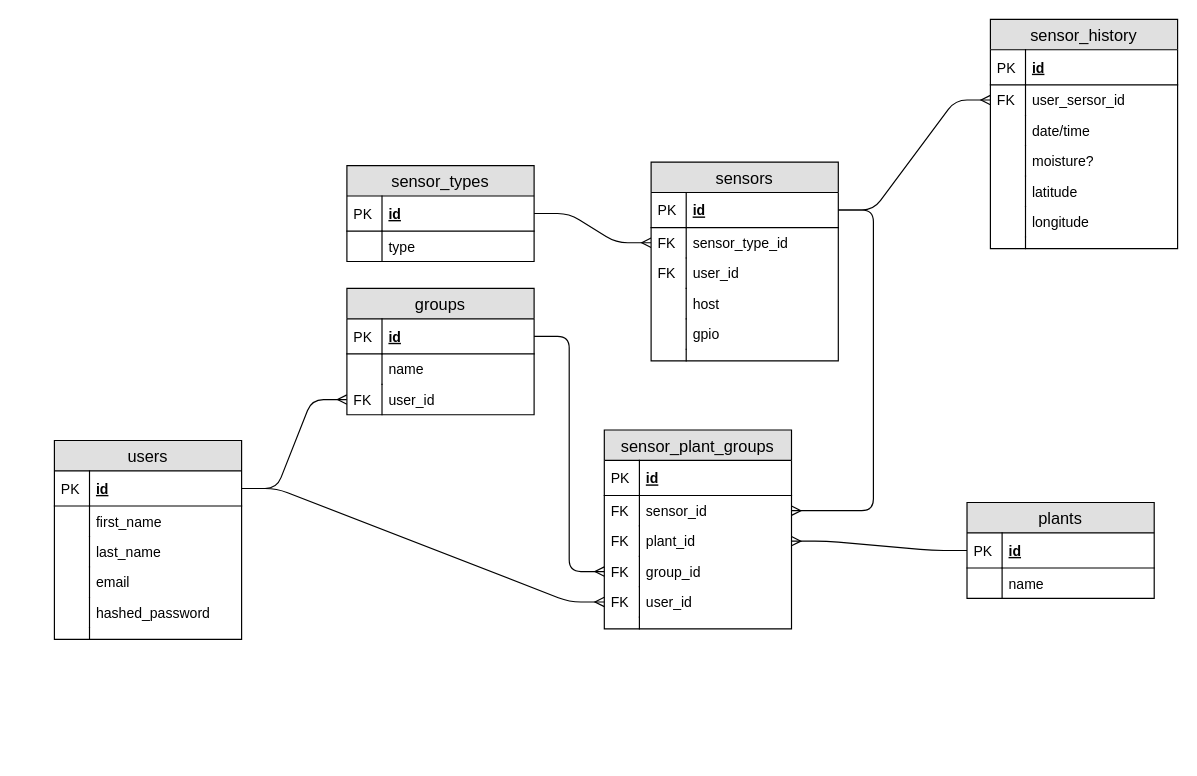
Earlier version of the draw.io diagram ERD.drawio (arianrah/flower-power). Source tidied: cells renumbered, new cells numbered last; positions are measured from the earlier drawing's top-left corner, leaving out a move shared by most shapes. Both pictures are drawn from the tidied source at 117%, with x=0, y=0 at pixel (54, 19).
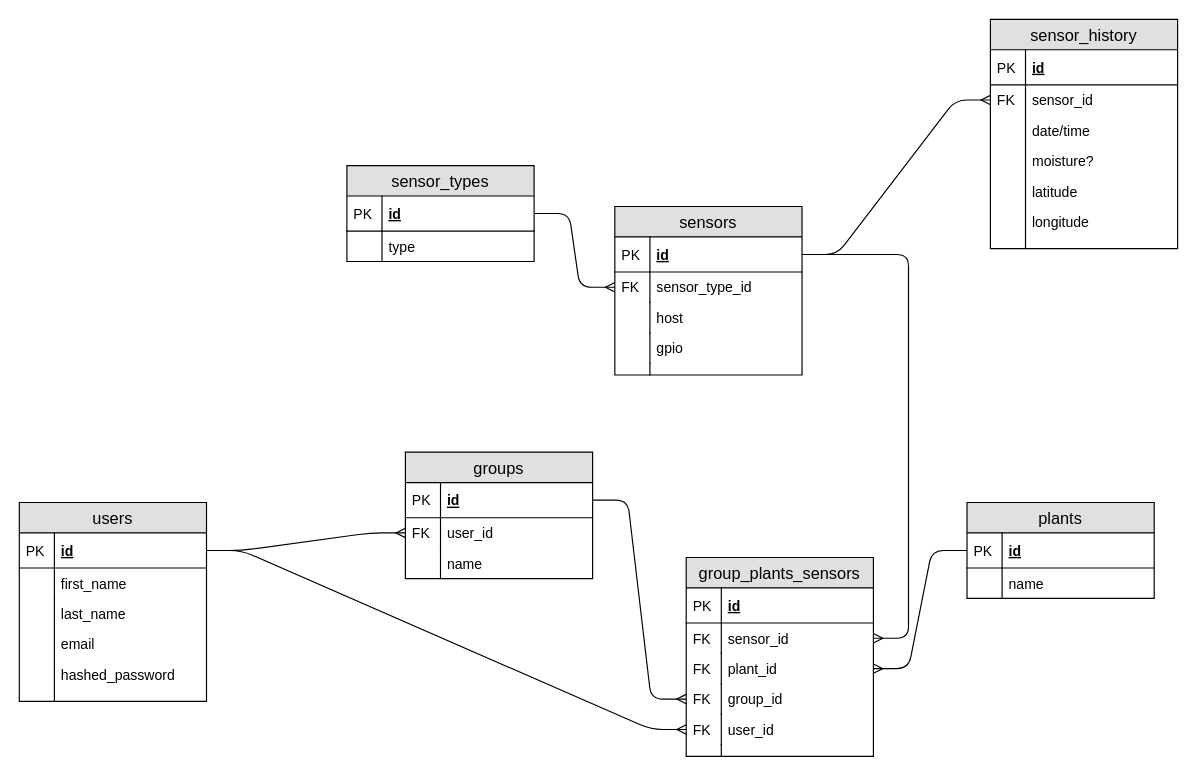
Above is the later version.

The change refers to these unchanged cells:
```xml
<mxCell id="63" value="sensor_history" style="swimlane;fontStyle=0;horizontal=1;startSize=26;fillColor=#e0e0e0;swimlaneFillColor=#ffffff;align=center;fontSize=14;" parent="1" vertex="1">
  <mxGeometry x="800" width="160" height="196" as="geometry" />
</mxCell>
```

Change to the diagram source:
```diff
@@
     <mxCell id="2" value="users" style="swimlane;fontStyle=0;horizontal=1;startSize=26;fillColor=#e0e0e0;swimlaneFillColor=#ffffff;align=center;fontSize=14;" parent="1" vertex="1">
-      <mxGeometry y="360" width="160" height="170" as="geometry" />
+      <mxGeometry x="-30" y="413" width="160" height="170" as="geometry" />
     </mxCell>
@@
     <mxCell id="27" value="sensors" style="swimlane;fontStyle=0;horizontal=1;startSize=26;fillColor=#e0e0e0;swimlaneFillColor=#ffffff;align=center;fontSize=14;" parent="1" vertex="1">
-      <mxGeometry x="510" y="122" width="160" height="170" as="geometry" />
+      <mxGeometry x="479" y="160" width="160" height="144" as="geometry" />
     </mxCell>
@@
-    <mxCell id="32" value="user_id" style="shape=partialRectangle;top=0;left=0;right=0;bottom=0;align=left;verticalAlign=top;fillColor=none;spacingLeft=34;spacingRight=4;overflow=hidden;fontSize=12;" parent="27" vertex="1">
-      <mxGeometry y="82" width="160" height="26" as="geometry" />
-    </mxCell>
-    <mxCell id="33" value="FK" style="shape=partialRectangle;top=0;left=0;bottom=0;fillColor=none;align=left;verticalAlign=top;spacingLeft=4;spacingRight=4;overflow=hidden;fontSize=12;" parent="32" vertex="1">
-      <mxGeometry width="30" height="26" as="geometry" />
-    </mxCell>
     <mxCell id="34" value="host" style="shape=partialRectangle;top=0;left=0;right=0;bottom=0;align=left;verticalAlign=top;fillColor=none;spacingLeft=34;spacingRight=4;overflow=hidden;fontSize=12;" parent="27" vertex="1">
-      <mxGeometry y="108" width="160" height="26" as="geometry" />
+      <mxGeometry y="82" width="160" height="26" as="geometry" />
     </mxCell>
@@
     <mxCell id="36" value="gpio" style="shape=partialRectangle;top=0;left=0;right=0;bottom=0;align=left;verticalAlign=top;fillColor=none;spacingLeft=34;spacingRight=4;overflow=hidden;fontSize=12;" parent="27" vertex="1">
-      <mxGeometry y="134" width="160" height="26" as="geometry" />
+      <mxGeometry y="108" width="160" height="26" as="geometry" />
     </mxCell>
@@
     <mxCell id="38" style="shape=partialRectangle;top=0;left=0;right=0;bottom=0;align=left;verticalAlign=top;fillColor=none;spacingLeft=34;spacingRight=4;overflow=hidden;fontSize=12;" parent="27" vertex="1">
-      <mxGeometry y="160" width="160" height="10" as="geometry" />
+      <mxGeometry y="134" width="160" height="10" as="geometry" />
     </mxCell>
@@
-    <mxCell id="40" value="sensor_plant_groups" style="swimlane;fontStyle=0;horizontal=1;startSize=26;fillColor=#e0e0e0;swimlaneFillColor=#ffffff;align=center;fontSize=14;" parent="1" vertex="1">
-      <mxGeometry x="470" y="351" width="160" height="170" as="geometry" />
+    <mxCell id="40" value="group_plants_sensors" style="swimlane;fontStyle=0;horizontal=1;startSize=26;fillColor=#e0e0e0;swimlaneFillColor=#ffffff;align=center;fontSize=14;" parent="1" vertex="1">
+      <mxGeometry x="540" y="460" width="160" height="170" as="geometry" />
     </mxCell>
@@
     <mxCell id="55" value="groups" style="swimlane;fontStyle=0;horizontal=1;startSize=26;fillColor=#e0e0e0;swimlaneFillColor=#ffffff;align=center;fontSize=14;" parent="1" vertex="1">
-      <mxGeometry x="250" y="230" width="160" height="108" as="geometry" />
+      <mxGeometry x="300" y="370" width="160" height="108" as="geometry" />
     </mxCell>
@@
+    <mxCell id="60" value="user_id" style="shape=partialRectangle;top=0;left=0;right=0;bottom=0;align=left;verticalAlign=top;fillColor=none;spacingLeft=34;spacingRight=4;overflow=hidden;points=[[0,0.5],[1,0.5]];portConstraint=eastwest;fontSize=12;" parent="55" vertex="1">
+      <mxGeometry y="56" width="160" height="26" as="geometry" />
+    </mxCell>
+    <mxCell id="61" value="FK" style="shape=partialRectangle;top=0;left=0;bottom=0;fillColor=none;align=left;verticalAlign=top;spacingLeft=4;spacingRight=4;overflow=hidden;fontSize=12;" parent="60" vertex="1">
+      <mxGeometry width="30" height="26" as="geometry" />
+    </mxCell>
     <mxCell id="58" value="name" style="shape=partialRectangle;top=0;left=0;right=0;bottom=0;align=left;verticalAlign=top;fillColor=none;spacingLeft=34;spacingRight=4;overflow=hidden;fontSize=12;" parent="55" vertex="1">
-      <mxGeometry y="56" width="160" height="26" as="geometry" />
+      <mxGeometry y="82" width="160" height="26" as="geometry" />
     </mxCell>
@@
-    <mxCell id="60" value="user_id" style="shape=partialRectangle;top=0;left=0;right=0;bottom=0;align=left;verticalAlign=top;fillColor=none;spacingLeft=34;spacingRight=4;overflow=hidden;points=[[0,0.5],[1,0.5]];portConstraint=eastwest;fontSize=12;" parent="55" vertex="1">
-      <mxGeometry y="82" width="160" height="26" as="geometry" />
-    </mxCell>
-    <mxCell id="61" value="FK" style="shape=partialRectangle;top=0;left=0;bottom=0;fillColor=none;align=left;verticalAlign=top;spacingLeft=4;spacingRight=4;overflow=hidden;fontSize=12;" parent="60" vertex="1">
-      <mxGeometry width="30" height="26" as="geometry" />
-    </mxCell>
@@
-    <mxCell id="66" value="user_sersor_id" style="shape=partialRectangle;top=0;left=0;right=0;bottom=0;align=left;verticalAlign=top;fillColor=none;spacingLeft=34;spacingRight=4;overflow=hidden;points=[[0,0.5],[1,0.5]];portConstraint=eastwest;fontSize=12;" parent="63" vertex="1">
+    <mxCell id="66" value="sensor_id" style="shape=partialRectangle;top=0;left=0;right=0;bottom=0;align=left;verticalAlign=top;fillColor=none;spacingLeft=34;spacingRight=4;overflow=hidden;points=[[0,0.5],[1,0.5]];portConstraint=eastwest;fontSize=12;" parent="63" vertex="1">
       <mxGeometry y="56" width="160" height="26" as="geometry" />
     </mxCell>
```
